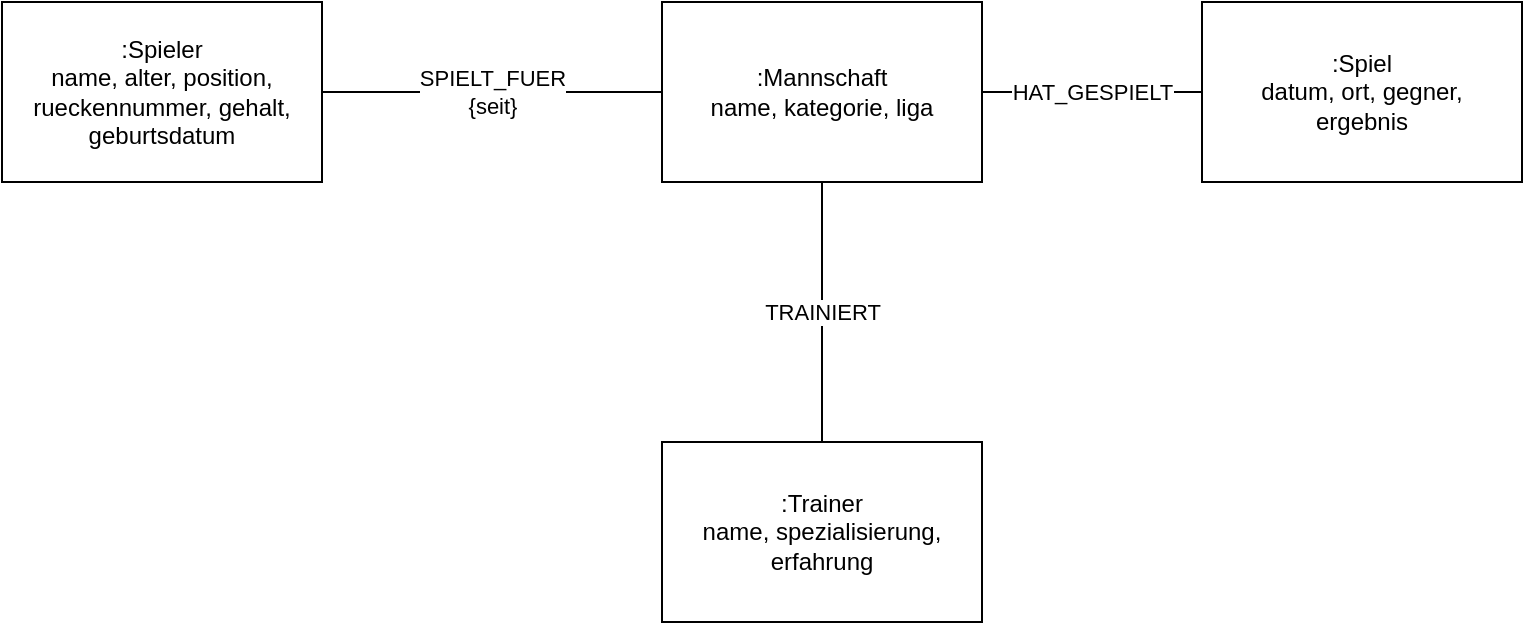
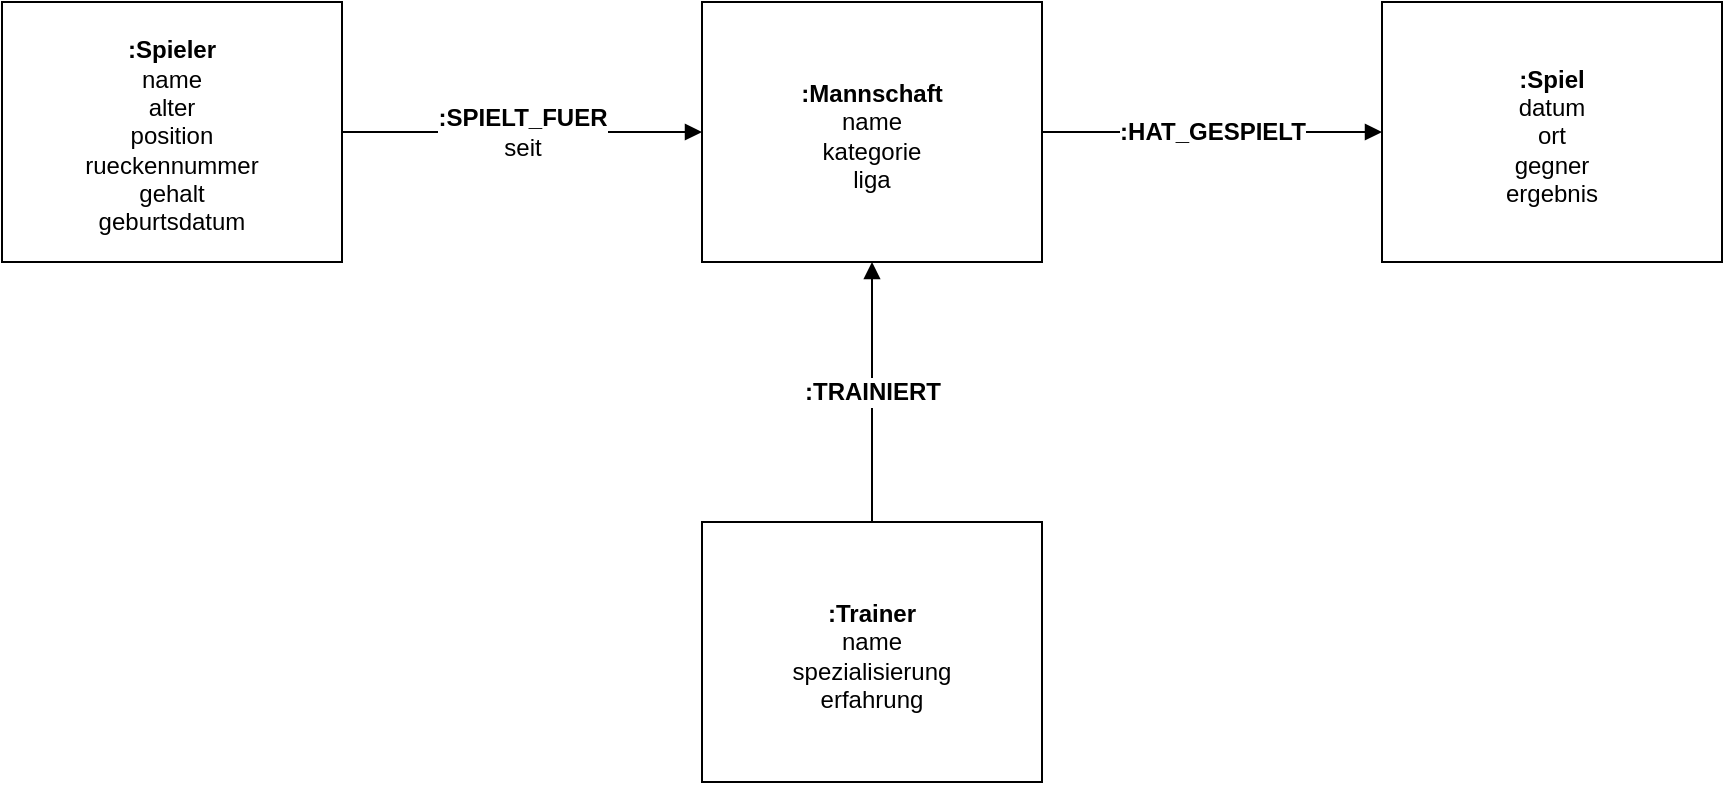
- <mxfile host="app.diagrams.net">
+ <mxfile host="app.diagrams.net" version="24.7.17">
  <diagram name="Logisch" id="logisch">
-     <mxGraphModel dx="800" dy="600" grid="1" gridSize="10" guides="1" tooltips="1" connect="1" arrows="1" fold="1" page="1" pageScale="1" pageWidth="900" pageHeight="650" math="0" shadow="0">
+     <mxGraphModel dx="800" dy="600" grid="1" gridSize="10" guides="1" tooltips="1" connect="1" arrows="1" fold="1" page="1" pageScale="1" pageWidth="950" pageHeight="700" math="0" shadow="0">
      <root>
        <mxCell id="0" />
        <mxCell id="1" parent="0" />
-         <mxCell id="spieler" value=":Spieler&#10;name, alter, position,&#10;rueckennummer, gehalt,&#10;geburtsdatum" style="rounded=0;whiteSpace=wrap;html=1;fillColor=none;strokeColor=#000000;align=center;" vertex="1" parent="1">
-           <mxGeometry x="40" y="80" width="160" height="90" as="geometry" />
+         <mxCell id="spieler" value="&lt;b&gt;:Spieler&lt;/b&gt;&lt;br&gt;name&lt;br&gt;alter&lt;br&gt;position&lt;br&gt;rueckennummer&lt;br&gt;gehalt&lt;br&gt;geburtsdatum" style="rounded=0;whiteSpace=wrap;html=1;fillColor=none;strokeColor=#000000;fontColor=#000000;fontSize=12;align=center;verticalAlign=middle;spacingTop=4;" vertex="1" parent="1">
+           <mxGeometry x="40" y="100" width="170" height="130" as="geometry" />
        </mxCell>
-         <mxCell id="mannschaft" value=":Mannschaft&#10;name, kategorie, liga" style="rounded=0;whiteSpace=wrap;html=1;fillColor=none;strokeColor=#000000;align=center;" vertex="1" parent="1">
-           <mxGeometry x="370" y="80" width="160" height="90" as="geometry" />
+         <mxCell id="mannschaft" value="&lt;b&gt;:Mannschaft&lt;/b&gt;&lt;br&gt;name&lt;br&gt;kategorie&lt;br&gt;liga" style="rounded=0;whiteSpace=wrap;html=1;fillColor=none;strokeColor=#000000;fontColor=#000000;fontSize=12;align=center;verticalAlign=middle;spacingTop=4;" vertex="1" parent="1">
+           <mxGeometry x="390" y="100" width="170" height="130" as="geometry" />
        </mxCell>
-         <mxCell id="spiel" value=":Spiel&#10;datum, ort, gegner,&#10;ergebnis" style="rounded=0;whiteSpace=wrap;html=1;fillColor=none;strokeColor=#000000;align=center;" vertex="1" parent="1">
-           <mxGeometry x="640" y="80" width="160" height="90" as="geometry" />
+         <mxCell id="spiel" value="&lt;b&gt;:Spiel&lt;/b&gt;&lt;br&gt;datum&lt;br&gt;ort&lt;br&gt;gegner&lt;br&gt;ergebnis" style="rounded=0;whiteSpace=wrap;html=1;fillColor=none;strokeColor=#000000;fontColor=#000000;fontSize=12;align=center;verticalAlign=middle;spacingTop=4;" vertex="1" parent="1">
+           <mxGeometry x="730" y="100" width="170" height="130" as="geometry" />
        </mxCell>
-         <mxCell id="trainer" value=":Trainer&#10;name, spezialisierung,&#10;erfahrung" style="rounded=0;whiteSpace=wrap;html=1;fillColor=none;strokeColor=#000000;align=center;" vertex="1" parent="1">
-           <mxGeometry x="370" y="300" width="160" height="90" as="geometry" />
+         <mxCell id="trainer" value="&lt;b&gt;:Trainer&lt;/b&gt;&lt;br&gt;name&lt;br&gt;spezialisierung&lt;br&gt;erfahrung" style="rounded=0;whiteSpace=wrap;html=1;fillColor=none;strokeColor=#000000;fontColor=#000000;fontSize=12;align=center;verticalAlign=middle;spacingTop=4;" vertex="1" parent="1">
+           <mxGeometry x="390" y="360" width="170" height="130" as="geometry" />
        </mxCell>
-         <mxCell id="e1" value="SPIELT_FUER&#10;{seit}" style="edgeStyle=orthogonalEdgeStyle;rounded=0;html=1;endArrow=none;startArrow=none;strokeColor=#000000;" edge="1" parent="1" source="spieler" target="mannschaft">
+         <mxCell id="e1" value="&lt;b&gt;:SPIELT_FUER&lt;/b&gt;&lt;br&gt;seit" style="edgeStyle=orthogonalEdgeStyle;rounded=0;html=1;endArrow=block;startArrow=none;strokeColor=#000000;fontColor=#000000;fontSize=12;exitX=1;exitY=0.5;exitDx=0;exitDy=0;entryX=0;entryY=0.5;entryDx=0;entryDy=0;" edge="1" parent="1" source="spieler" target="mannschaft">
          <mxGeometry relative="1" as="geometry" />
        </mxCell>
-         <mxCell id="e2" value="HAT_GESPIELT" style="edgeStyle=orthogonalEdgeStyle;rounded=0;html=1;endArrow=none;startArrow=none;strokeColor=#000000;" edge="1" parent="1" source="mannschaft" target="spiel">
+         <mxCell id="e2" value="&lt;b&gt;:HAT_GESPIELT&lt;/b&gt;" style="edgeStyle=orthogonalEdgeStyle;rounded=0;html=1;endArrow=block;startArrow=none;strokeColor=#000000;fontColor=#000000;fontSize=12;exitX=1;exitY=0.5;exitDx=0;exitDy=0;entryX=0;entryY=0.5;entryDx=0;entryDy=0;" edge="1" parent="1" source="mannschaft" target="spiel">
          <mxGeometry relative="1" as="geometry" />
        </mxCell>
-         <mxCell id="e3" value="TRAINIERT" style="edgeStyle=orthogonalEdgeStyle;rounded=0;html=1;endArrow=none;startArrow=none;strokeColor=#000000;" edge="1" parent="1" source="trainer" target="mannschaft">
+         <mxCell id="e3" value="&lt;b&gt;:TRAINIERT&lt;/b&gt;" style="edgeStyle=orthogonalEdgeStyle;rounded=0;html=1;endArrow=block;startArrow=none;strokeColor=#000000;fontColor=#000000;fontSize=12;exitX=0.5;exitY=0;exitDx=0;exitDy=0;entryX=0.5;entryY=1;entryDx=0;entryDy=0;" edge="1" parent="1" source="trainer" target="mannschaft">
          <mxGeometry relative="1" as="geometry" />
        </mxCell>
      </root>
    </mxGraphModel>
  </diagram>
</mxfile>
